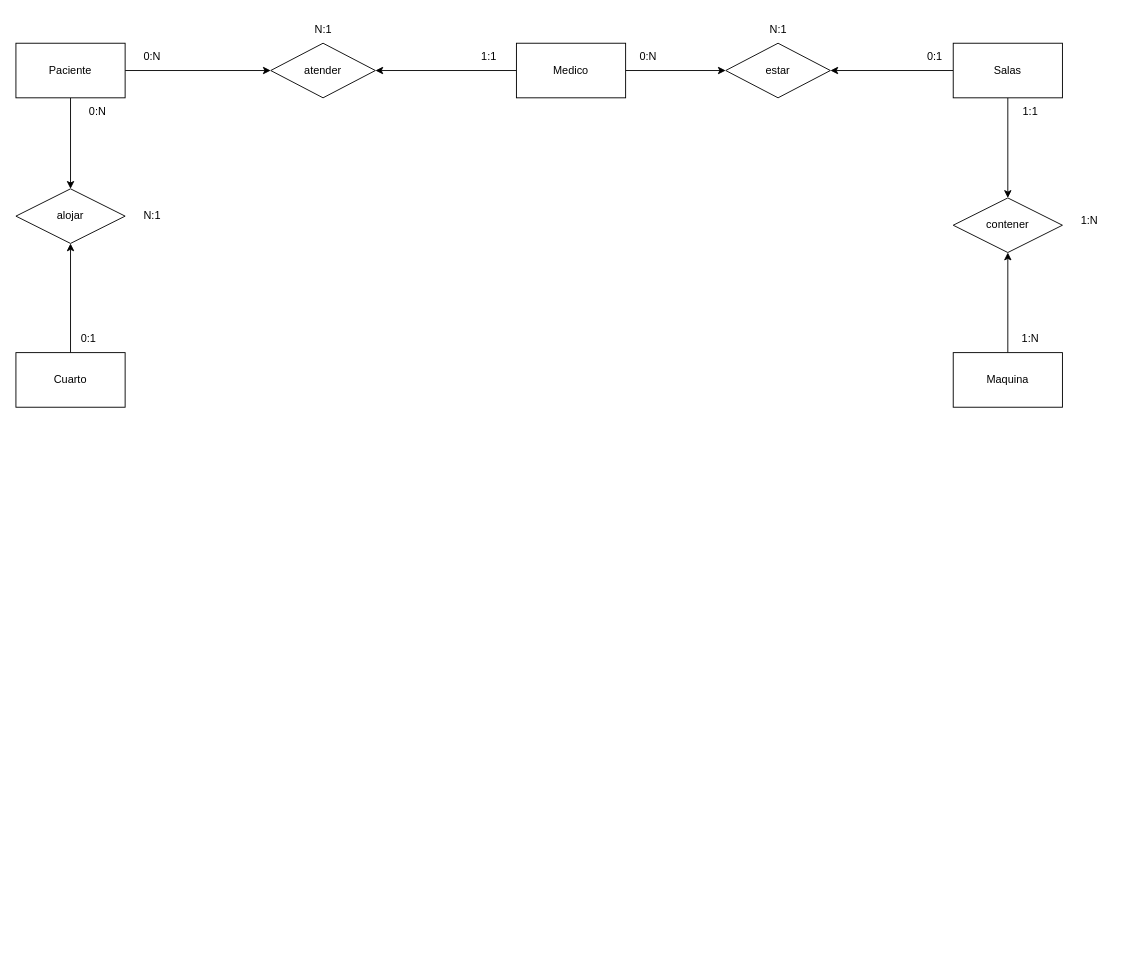
Before: SQL/BD Hospital/Diagrama ER.drawio in ferfcb99/JavaSqlDavid, a draw.io diagram. Source tidied: cells renumbered, new cells numbered last; positions are measured from the earlier drawing's top-left corner, leaving out a move shared by most shapes. Both pictures are drawn from the tidied source at 91%, with x=0, y=0 at pixel (15, 15).
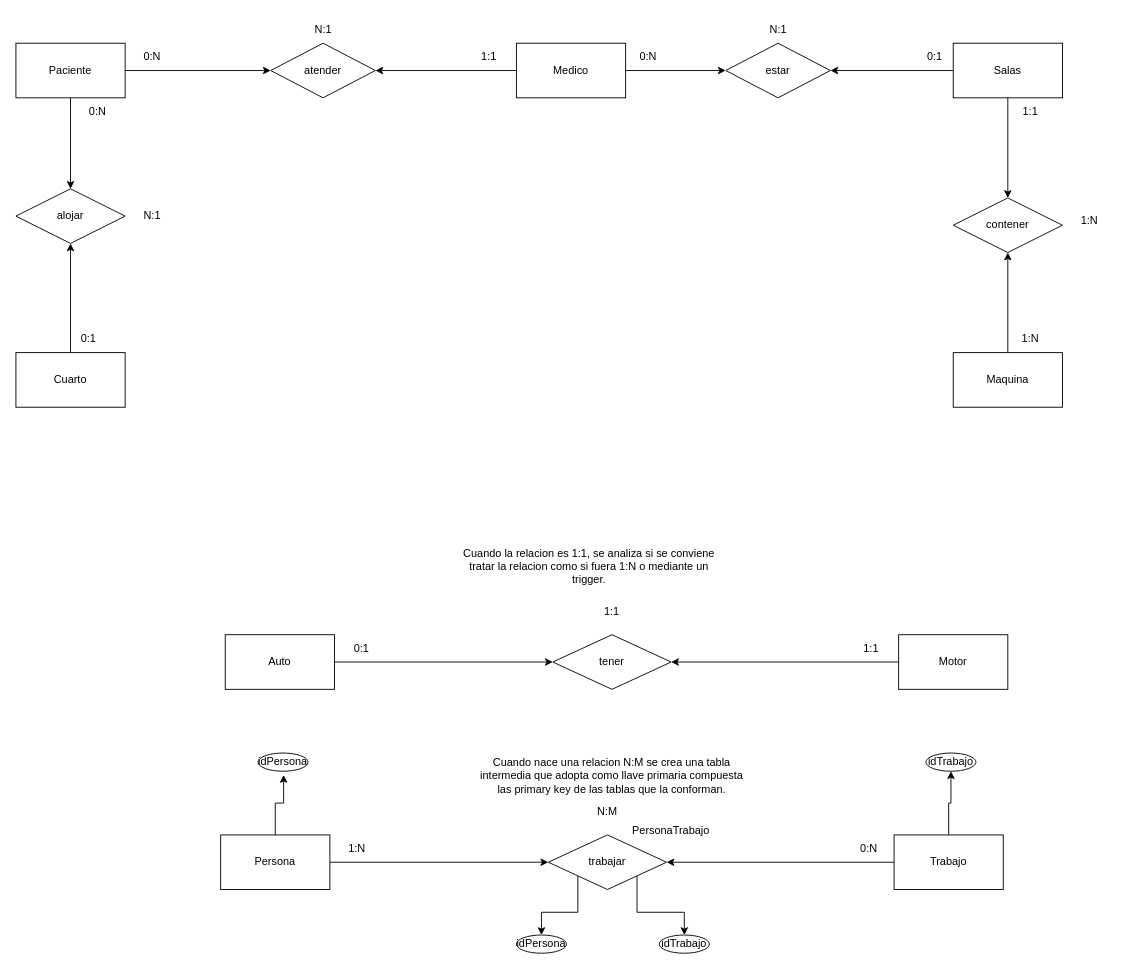
Above is the later version.

The edit, as a diff of the source:
```diff
@@
+    <mxCell id="31" style="edgeStyle=orthogonalEdgeStyle;rounded=0;jettySize=auto;html=1;exitX=1;exitY=0.5;exitDx=0;exitDy=0;entryX=0;entryY=0.5;entryDx=0;entryDy=0;" parent="1" edge="1" source="32" target="35">
+      <mxGeometry relative="1" as="geometry" />
+    </mxCell>
+    <mxCell id="32" value="Auto" style="rounded=0;whiteSpace=wrap;html=1;" parent="1" vertex="1">
+      <mxGeometry x="230" y="680" width="120" height="60" as="geometry" />
+    </mxCell>
+    <mxCell id="33" style="edgeStyle=orthogonalEdgeStyle;rounded=0;jettySize=auto;html=1;exitX=0;exitY=0.5;exitDx=0;exitDy=0;entryX=1;entryY=0.5;entryDx=0;entryDy=0;" parent="1" edge="1" source="34" target="35">
+      <mxGeometry relative="1" as="geometry" />
+    </mxCell>
+    <mxCell id="34" value="Motor" style="rounded=0;whiteSpace=wrap;html=1;" parent="1" vertex="1">
+      <mxGeometry x="970" y="680" width="120" height="60" as="geometry" />
+    </mxCell>
+    <mxCell id="35" value="tener" style="rhombus;whiteSpace=wrap;html=1;" parent="1" vertex="1">
+      <mxGeometry x="590" y="680" width="130" height="60" as="geometry" />
+    </mxCell>
+    <mxCell id="36" value="1:1" style="text;html=1;strokeColor=none;fillColor=none;align=center;verticalAlign=middle;whiteSpace=wrap;rounded=0;" parent="1" vertex="1">
+      <mxGeometry x="910" y="680" width="60" height="30" as="geometry" />
+    </mxCell>
+    <mxCell id="37" value="0:1" style="text;html=1;strokeColor=none;fillColor=none;align=center;verticalAlign=middle;whiteSpace=wrap;rounded=0;" parent="1" vertex="1">
+      <mxGeometry x="350" y="680" width="60" height="30" as="geometry" />
+    </mxCell>
+    <mxCell id="38" value="1:1" style="text;html=1;strokeColor=none;fillColor=none;align=center;verticalAlign=middle;whiteSpace=wrap;rounded=0;" parent="1" vertex="1">
+      <mxGeometry x="625" y="640" width="60" height="30" as="geometry" />
+    </mxCell>
+    <mxCell id="39" style="edgeStyle=orthogonalEdgeStyle;rounded=0;jettySize=auto;html=1;exitX=1;exitY=0.5;exitDx=0;exitDy=0;entryX=0;entryY=0.5;entryDx=0;entryDy=0;" parent="1" edge="1" source="40" target="46">
+      <mxGeometry relative="1" as="geometry" />
+    </mxCell>
+    <mxCell id="40" value="Persona" style="rounded=0;whiteSpace=wrap;html=1;" parent="1" vertex="1">
+      <mxGeometry x="225" y="900" width="120" height="60" as="geometry" />
+    </mxCell>
+    <mxCell id="41" style="edgeStyle=orthogonalEdgeStyle;rounded=0;jettySize=auto;html=1;exitX=0;exitY=0.5;exitDx=0;exitDy=0;entryX=1;entryY=0.5;entryDx=0;entryDy=0;" parent="1" edge="1" source="43" target="46">
+      <mxGeometry relative="1" as="geometry" />
+    </mxCell>
+    <mxCell id="42" style="edgeStyle=orthogonalEdgeStyle;rounded=0;jettySize=auto;html=1;exitX=0.5;exitY=0;exitDx=0;exitDy=0;entryX=0.5;entryY=1;entryDx=0;entryDy=0;" parent="1" edge="1" source="43" target="52">
+      <mxGeometry relative="1" as="geometry" />
+    </mxCell>
+    <mxCell id="43" value="Trabajo" style="rounded=0;whiteSpace=wrap;html=1;" parent="1" vertex="1">
+      <mxGeometry x="965" y="900" width="120" height="60" as="geometry" />
+    </mxCell>
+    <mxCell id="44" style="edgeStyle=orthogonalEdgeStyle;rounded=0;jettySize=auto;html=1;exitX=0;exitY=1;exitDx=0;exitDy=0;entryX=0.5;entryY=0;entryDx=0;entryDy=0;" parent="1" edge="1" source="46" target="56">
+      <mxGeometry relative="1" as="geometry" />
+    </mxCell>
+    <mxCell id="45" style="edgeStyle=orthogonalEdgeStyle;rounded=0;jettySize=auto;html=1;exitX=1;exitY=1;exitDx=0;exitDy=0;entryX=0.5;entryY=0;entryDx=0;entryDy=0;" parent="1" edge="1" source="46" target="55">
+      <mxGeometry relative="1" as="geometry" />
+    </mxCell>
+    <mxCell id="46" value="trabajar" style="rhombus;whiteSpace=wrap;html=1;" parent="1" vertex="1">
+      <mxGeometry x="585" y="900" width="130" height="60" as="geometry" />
+    </mxCell>
+    <mxCell id="47" value="0:N" style="text;html=1;strokeColor=none;fillColor=none;align=center;verticalAlign=middle;whiteSpace=wrap;rounded=0;" parent="1" vertex="1">
+      <mxGeometry x="905" y="900" width="65" height="30" as="geometry" />
+    </mxCell>
+    <mxCell id="48" value="1:N" style="text;html=1;strokeColor=none;fillColor=none;align=center;verticalAlign=middle;whiteSpace=wrap;rounded=0;" parent="1" vertex="1">
+      <mxGeometry x="345" y="900" width="60" height="30" as="geometry" />
+    </mxCell>
+    <mxCell id="49" value="N:M" style="text;html=1;strokeColor=none;fillColor=none;align=center;verticalAlign=middle;whiteSpace=wrap;rounded=0;" parent="1" vertex="1">
+      <mxGeometry x="620" y="860" width="60" height="30" as="geometry" />
+    </mxCell>
+    <mxCell id="50" value="Cuando la relacion es 1:1, se analiza si se conviene tratar la relacion como si fuera 1:N o mediante un trigger." style="text;html=1;strokeColor=none;fillColor=none;align=center;verticalAlign=middle;whiteSpace=wrap;rounded=0;" parent="1" vertex="1">
+      <mxGeometry x="490" y="590" width="280" height="30" as="geometry" />
+    </mxCell>
+    <mxCell id="51" value="Cuando nace una relacion N:M se crea una tabla intermedia que adopta como llave primaria compuesta las primary key de las tablas que la conforman." style="text;html=1;strokeColor=none;fillColor=none;align=center;verticalAlign=middle;whiteSpace=wrap;rounded=0;" parent="1" vertex="1">
+      <mxGeometry x="505" y="820" width="300" height="30" as="geometry" />
+    </mxCell>
+    <mxCell id="52" value="idTrabajo" style="ellipse;whiteSpace=wrap;html=1;" parent="1" vertex="1">
+      <mxGeometry x="1000" y="810" width="55" height="20" as="geometry" />
+    </mxCell>
+    <mxCell id="53" value="idPersona" style="ellipse;whiteSpace=wrap;html=1;" parent="1" vertex="1">
+      <mxGeometry x="266" y="810" width="55" height="20" as="geometry" />
+    </mxCell>
+    <mxCell id="54" style="edgeStyle=orthogonalEdgeStyle;rounded=0;jettySize=auto;html=1;exitX=0.5;exitY=0;exitDx=0;exitDy=0;entryX=0.512;entryY=1.207;entryDx=0;entryDy=0;entryPerimeter=0;" parent="1" edge="1" source="40" target="53">
+      <mxGeometry relative="1" as="geometry" />
+    </mxCell>
+    <mxCell id="55" value="idTrabajo" style="ellipse;whiteSpace=wrap;html=1;" parent="1" vertex="1">
+      <mxGeometry x="707" y="1010" width="55" height="20" as="geometry" />
+    </mxCell>
+    <mxCell id="56" value="idPersona" style="ellipse;whiteSpace=wrap;html=1;" parent="1" vertex="1">
+      <mxGeometry x="550" y="1010" width="55" height="20" as="geometry" />
+    </mxCell>
+    <mxCell id="57" value="PersonaTrabajo" style="text;html=1;strokeColor=none;fillColor=none;align=center;verticalAlign=middle;whiteSpace=wrap;rounded=0;" parent="1" vertex="1">
+      <mxGeometry x="690" y="880" width="60" height="30" as="geometry" />
+    </mxCell>
```
